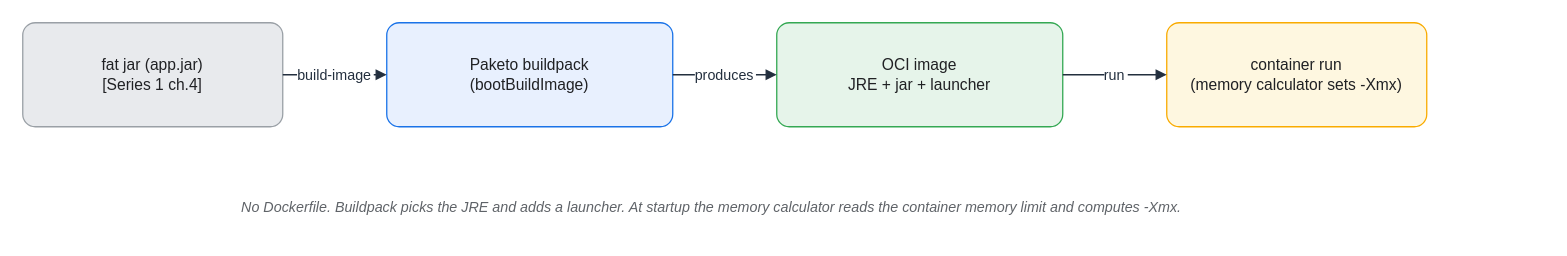
Before: assets/img/jvm/jvm-05-fatjar-to-container.drawio in KKamJi98/kkamji98.github.io, a draw.io diagram. Source tidied: cells renumbered, new cells numbered last; positions are measured from the earlier drawing's top-left corner, leaving out a move shared by most shapes. Both pictures are drawn from the tidied source at 130%, with x=0, y=0 at pixel (22, 22).
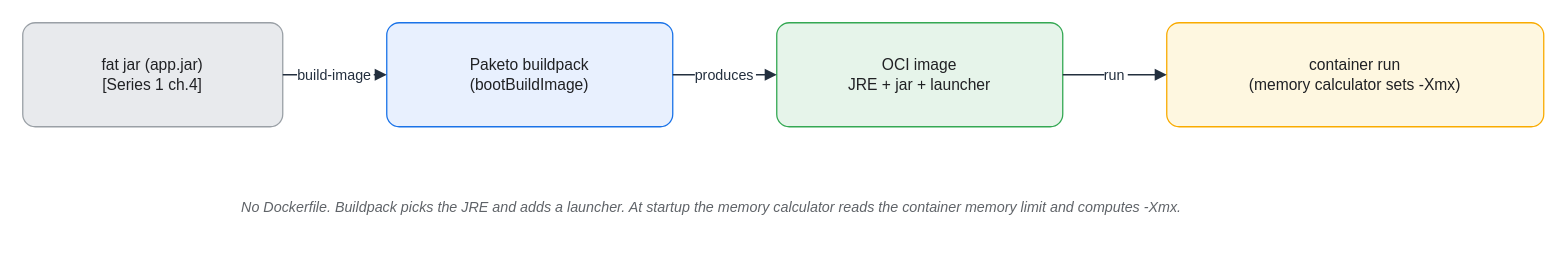
Above is the later version.

Diff of the diagram source:
```diff
@@
 <mxGraphModel background="#FFFFFF">
   <root>
     <mxCell id="0" />
     <mxCell id="1" parent="0" />
-    <mxCell id="2" value="fat jar (app.jar)&#10;[Series 1 ch.4]" style="rounded=1;whiteSpace=wrap;html=1;arcSize=12;shadow=0;fillColor=#E8EAED;strokeColor=#9AA0A6;fontColor=#202124;" parent="1" vertex="1">
+    <mxCell id="2" value="fat jar (app.jar)&#10;[Series 1 ch.4]" style="rounded=1;whiteSpace=wrap;html=0;arcSize=12;shadow=0;fillColor=#E8EAED;strokeColor=#9AA0A6;fontColor=#202124;" parent="1" vertex="1">
       <mxGeometry width="200" height="80" as="geometry" />
     </mxCell>
-    <mxCell id="3" value="Paketo buildpack&#10;(bootBuildImage)" style="rounded=1;whiteSpace=wrap;html=1;arcSize=12;shadow=0;fillColor=#E8F0FE;strokeColor=#1A73E8;fontColor=#202124;" parent="1" vertex="1">
+    <mxCell id="3" value="Paketo buildpack&#10;(bootBuildImage)" style="rounded=1;whiteSpace=wrap;html=0;arcSize=12;shadow=0;fillColor=#E8F0FE;strokeColor=#1A73E8;fontColor=#202124;" parent="1" vertex="1">
       <mxGeometry x="280" width="220" height="80" as="geometry" />
     </mxCell>
-    <mxCell id="4" value="OCI image&#10;JRE + jar + launcher" style="rounded=1;whiteSpace=wrap;html=1;arcSize=12;shadow=0;fillColor=#E6F4EA;strokeColor=#34A853;fontColor=#202124;" parent="1" vertex="1">
+    <mxCell id="4" value="OCI image&#10;JRE + jar + launcher" style="rounded=1;whiteSpace=wrap;html=0;arcSize=12;shadow=0;fillColor=#E6F4EA;strokeColor=#34A853;fontColor=#202124;" parent="1" vertex="1">
       <mxGeometry x="580" width="220" height="80" as="geometry" />
     </mxCell>
-    <mxCell id="5" value="container run&#10;(memory calculator sets -Xmx)" style="rounded=1;whiteSpace=wrap;html=1;arcSize=12;shadow=0;fillColor=#FEF7E0;strokeColor=#F9AB00;fontColor=#202124;" parent="1" vertex="1">
-      <mxGeometry x="880" width="200" height="80" as="geometry" />
+    <mxCell id="5" value="container run&#10;(memory calculator sets -Xmx)" style="rounded=1;whiteSpace=wrap;html=0;arcSize=12;shadow=0;fillColor=#FEF7E0;strokeColor=#F9AB00;fontColor=#202124;" parent="1" vertex="1">
+      <mxGeometry x="880" width="290" height="80" as="geometry" />
     </mxCell>
-    <mxCell id="6" value="No Dockerfile. Buildpack picks the JRE and adds a launcher. At startup the memory calculator reads the container memory limit and computes -Xmx." style="text;html=1;align=center;verticalAlign=middle;whiteSpace=wrap;fontSize=11;fontColor=#5F6368;fontStyle=2;" parent="1" vertex="1">
+    <mxCell id="6" value="No Dockerfile. Buildpack picks the JRE and adds a launcher. At startup the memory calculator reads the container memory limit and computes -Xmx." style="text;html=0;align=center;verticalAlign=middle;whiteSpace=wrap;fontSize=11;fontColor=#5F6368;fontStyle=2;" parent="1" vertex="1">
       <mxGeometry x="80" y="122" width="900" height="40" as="geometry" />
     </mxCell>
-    <mxCell id="7" value="build-image" style="edgeStyle=orthogonalEdgeStyle;rounded=1;html=0;fontColor=#232F3E;strokeColor=#232F3E;labelBackgroundColor=#FFFFFF;endArrow=block;exitX=1;exitY=0.5;exitDx=0;exitDy=0;entryX=0;entryY=0.5;entryDx=0;entryDy=0;" parent="1" edge="1" source="2" target="3">
+    <mxCell id="7" value="build-image" style="edgeStyle=orthogonalEdgeStyle;rounded=1;html=0;fontColor=#232F3E;strokeColor=#232F3E;labelBackgroundColor=#FFFFFF;endArrow=block;exitX=1;exitY=0.5;exitDx=0;exitDy=0;entryX=0;entryY=0.5;entryDx=0;entryDy=0;strokeWidth=1.25;" parent="1" edge="1" source="2" target="3">
       <mxGeometry relative="1" as="geometry" />
     </mxCell>
-    <mxCell id="8" value="produces" style="edgeStyle=orthogonalEdgeStyle;rounded=1;html=0;fontColor=#232F3E;strokeColor=#232F3E;labelBackgroundColor=#FFFFFF;endArrow=block;exitX=1;exitY=0.5;exitDx=0;exitDy=0;entryX=0;entryY=0.5;entryDx=0;entryDy=0;" parent="1" edge="1" source="3" target="4">
+    <mxCell id="8" value="produces" style="edgeStyle=orthogonalEdgeStyle;rounded=1;html=0;fontColor=#232F3E;strokeColor=#232F3E;labelBackgroundColor=#FFFFFF;endArrow=block;exitX=1;exitY=0.5;exitDx=0;exitDy=0;entryX=0;entryY=0.5;entryDx=0;entryDy=0;strokeWidth=1.25;" parent="1" edge="1" source="3" target="4">
       <mxGeometry relative="1" as="geometry" />
     </mxCell>
-    <mxCell id="9" value="run" style="edgeStyle=orthogonalEdgeStyle;rounded=1;html=0;fontColor=#232F3E;strokeColor=#232F3E;labelBackgroundColor=#FFFFFF;endArrow=block;exitX=1;exitY=0.5;exitDx=0;exitDy=0;entryX=0;entryY=0.5;entryDx=0;entryDy=0;" parent="1" edge="1" source="4" target="5">
+    <mxCell id="9" value="run" style="edgeStyle=orthogonalEdgeStyle;rounded=1;html=0;fontColor=#232F3E;strokeColor=#232F3E;labelBackgroundColor=#FFFFFF;endArrow=block;exitX=1;exitY=0.5;exitDx=0;exitDy=0;entryX=0;entryY=0.5;entryDx=0;entryDy=0;strokeWidth=1.25;" parent="1" edge="1" source="4" target="5">
       <mxGeometry relative="1" as="geometry" />
     </mxCell>
   </root>
 </mxGraphModel>
```
